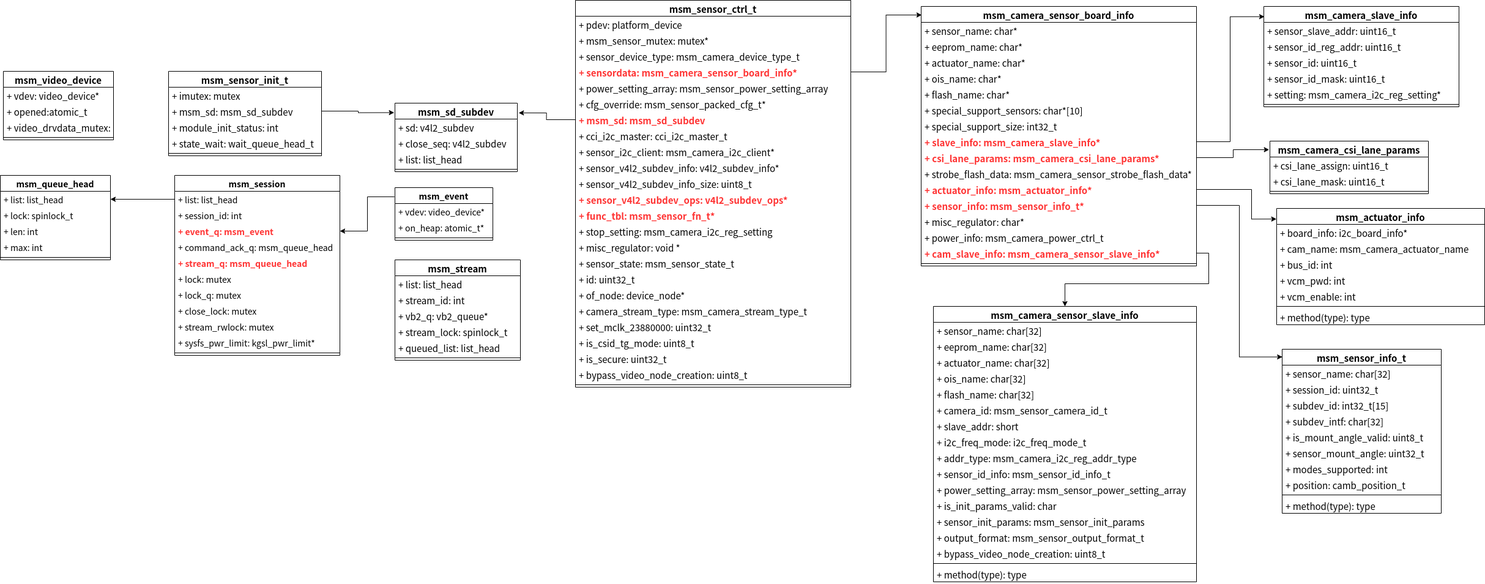
Above: qcom v4l2 camera2类图.png in zhangmeizhen/test2 (draw.io), before the change. Source tidied: cells renumbered, new cells last; positions are measured from the earlier drawing's top-left corner, leaving out a move shared by most shapes.
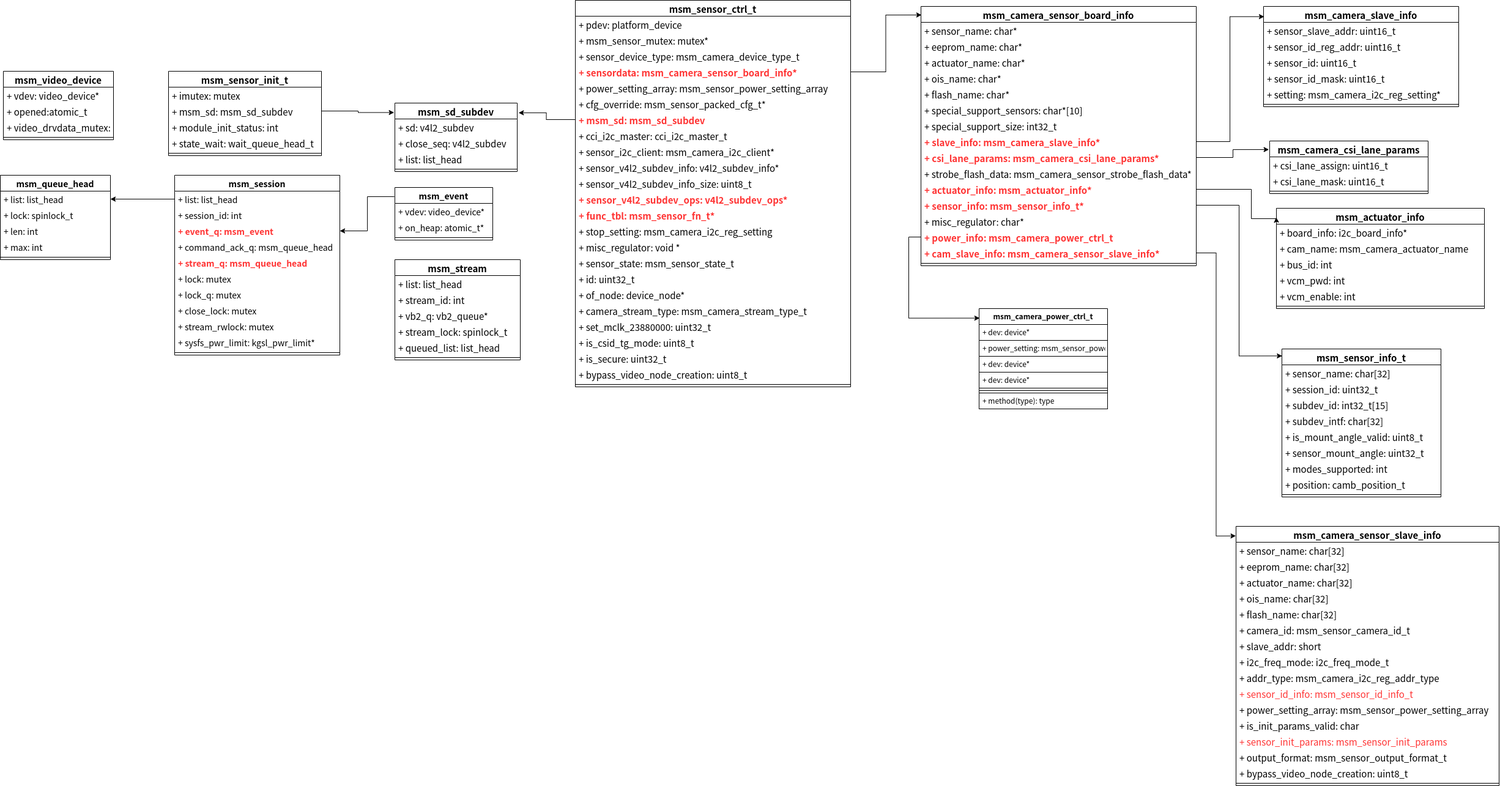
After the change.

Diff of the diagram source:
```diff
@@ -266,7 +266,7 @@
     <mxCell id="89" value="+ misc_regulator: char*" style="text;strokeColor=none;fillColor=none;align=left;verticalAlign=top;spacingLeft=4;spacingRight=4;overflow=hidden;fontSize=15;fontColor=#000000;" parent="76" vertex="1">
       <mxGeometry y="338" width="450" height="26" as="geometry" />
     </mxCell>
-    <mxCell id="90" value="+ power_info: msm_camera_power_ctrl_t" style="text;strokeColor=none;fillColor=none;align=left;verticalAlign=top;spacingLeft=4;spacingRight=4;overflow=hidden;points=[[0,0.5],[1,0.5]];portConstraint=eastwest;fontSize=15;fontColor=#000000;" parent="76" vertex="1">
+    <mxCell id="90" value="+ power_info: msm_camera_power_ctrl_t" style="text;strokeColor=none;fillColor=none;align=left;verticalAlign=top;spacingLeft=4;spacingRight=4;overflow=hidden;points=[[0,0.5],[1,0.5]];portConstraint=eastwest;fontSize=15;fontColor=#FF3333;fontStyle=1;" parent="76" vertex="1">
       <mxGeometry y="364" width="450" height="26" as="geometry" />
     </mxCell>
     <mxCell id="91" value="+ cam_slave_info: msm_camera_sensor_slave_info*" style="text;strokeColor=none;fillColor=none;align=left;verticalAlign=top;spacingLeft=4;spacingRight=4;overflow=hidden;points=[[0,0.5],[1,0.5]];portConstraint=eastwest;fontSize=15;fontColor=#FF3333;fontStyle=1;" parent="76" vertex="1">
@@ -318,7 +318,7 @@
       <mxGeometry relative="1" as="geometry" />
     </mxCell>
     <mxCell id="107" value="msm_actuator_info" style="swimlane;fontStyle=1;align=center;verticalAlign=top;horizontal=1;startSize=26;fontSize=15;fontColor=#000000;" parent="1" vertex="1">
-      <mxGeometry x="2086" y="340" width="340" height="190" as="geometry" />
+      <mxGeometry x="2086" y="340" width="340" height="164" as="geometry" />
     </mxCell>
     <mxCell id="108" value="+ board_info: i2c_board_info*" style="text;strokeColor=none;fillColor=none;align=left;verticalAlign=top;spacingLeft=4;spacingRight=4;overflow=hidden;fontSize=15;fontColor=#000000;" parent="107" vertex="1">
       <mxGeometry y="26" width="340" height="26" as="geometry" />
@@ -338,9 +338,6 @@
     <mxCell id="113" style="line;strokeWidth=1;fillColor=none;align=left;verticalAlign=middle;spacingTop=-1;spacingLeft=3;spacingRight=3;labelPosition=right;fontSize=15;fontColor=#000000;" parent="107" vertex="1">
       <mxGeometry y="156" width="340" height="8" as="geometry" />
     </mxCell>
-    <mxCell id="114" value="+ method(type): type" style="text;strokeColor=none;fillColor=none;align=left;verticalAlign=top;spacingLeft=4;spacingRight=4;overflow=hidden;fontSize=15;fontColor=#000000;" parent="107" vertex="1">
-      <mxGeometry y="164" width="340" height="26" as="geometry" />
-    </mxCell>
     <mxCell id="115" style="edgeStyle=orthogonalEdgeStyle;rounded=0;jettySize=auto;html=1;entryX=-0.001;entryY=0.091;entryDx=0;entryDy=0;entryPerimeter=0;fontSize=15;fontColor=#000000;" parent="1" edge="1" source="87" target="107">
       <mxGeometry relative="1" as="geometry">
         <Array as="points">
@@ -350,7 +347,7 @@
       </mxGeometry>
     </mxCell>
     <mxCell id="116" value="msm_sensor_info_t" style="swimlane;fontStyle=1;align=center;verticalAlign=top;horizontal=1;startSize=26;fontSize=15;fontColor=#000000;" parent="1" vertex="1">
-      <mxGeometry x="2095" y="570" width="260" height="268" as="geometry" />
+      <mxGeometry x="2095" y="570" width="260" height="242" as="geometry" />
     </mxCell>
     <mxCell id="117" value="+ sensor_name: char[32]" style="text;strokeColor=none;fillColor=none;align=left;verticalAlign=top;spacingLeft=4;spacingRight=4;overflow=hidden;fontSize=15;fontColor=#000000;" parent="116" vertex="1">
       <mxGeometry y="26" width="260" height="26" as="geometry" />
@@ -379,14 +376,11 @@
     <mxCell id="125" style="line;strokeWidth=1;fillColor=none;align=left;verticalAlign=middle;spacingTop=-1;spacingLeft=3;spacingRight=3;labelPosition=right;fontSize=15;fontColor=#000000;" parent="116" vertex="1">
       <mxGeometry y="234" width="260" height="8" as="geometry" />
     </mxCell>
-    <mxCell id="126" value="+ method(type): type" style="text;strokeColor=none;fillColor=none;align=left;verticalAlign=top;spacingLeft=4;spacingRight=4;overflow=hidden;fontSize=15;fontColor=#000000;" parent="116" vertex="1">
-      <mxGeometry y="242" width="260" height="26" as="geometry" />
-    </mxCell>
     <mxCell id="127" style="edgeStyle=orthogonalEdgeStyle;rounded=0;jettySize=auto;html=1;entryX=0.001;entryY=0.047;entryDx=0;entryDy=0;entryPerimeter=0;fontSize=15;fontColor=#FF3333;" parent="1" edge="1" source="88" target="116">
       <mxGeometry relative="1" as="geometry" />
     </mxCell>
     <mxCell id="128" value="msm_camera_sensor_slave_info" style="swimlane;fontStyle=1;align=center;verticalAlign=top;horizontal=1;startSize=26;fontSize=15;fontColor=#000000;" parent="1" vertex="1">
-      <mxGeometry x="1525" y="500" width="430" height="450" as="geometry" />
+      <mxGeometry x="2020" y="860" width="430" height="424" as="geometry" />
     </mxCell>
     <mxCell id="129" value="+ sensor_name: char[32]" style="text;strokeColor=none;fillColor=none;align=left;verticalAlign=top;spacingLeft=4;spacingRight=4;overflow=hidden;fontSize=15;fontColor=#000000;" parent="128" vertex="1">
       <mxGeometry y="26" width="430" height="26" as="geometry" />
@@ -415,7 +409,7 @@
     <mxCell id="137" value="+ addr_type: msm_camera_i2c_reg_addr_type" style="text;strokeColor=none;fillColor=none;align=left;verticalAlign=top;spacingLeft=4;spacingRight=4;overflow=hidden;fontSize=15;fontColor=#000000;" parent="128" vertex="1">
       <mxGeometry y="234" width="430" height="26" as="geometry" />
     </mxCell>
-    <mxCell id="138" value="+ sensor_id_info: msm_sensor_id_info_t" style="text;strokeColor=none;fillColor=none;align=left;verticalAlign=top;spacingLeft=4;spacingRight=4;overflow=hidden;fontSize=15;fontColor=#000000;" parent="128" vertex="1">
+    <mxCell id="138" value="+ sensor_id_info: msm_sensor_id_info_t" style="text;strokeColor=none;fillColor=none;align=left;verticalAlign=top;spacingLeft=4;spacingRight=4;overflow=hidden;fontSize=15;fontColor=#FF3333;fontStyle=0;" parent="128" vertex="1">
       <mxGeometry y="260" width="430" height="26" as="geometry" />
     </mxCell>
     <mxCell id="139" value="+ power_setting_array: msm_sensor_power_setting_array" style="text;strokeColor=none;fillColor=none;align=left;verticalAlign=top;spacingLeft=4;spacingRight=4;overflow=hidden;fontSize=15;fontColor=#000000;" parent="128" vertex="1">
@@ -424,7 +418,7 @@
     <mxCell id="140" value="+ is_init_params_valid: char" style="text;strokeColor=none;fillColor=none;align=left;verticalAlign=top;spacingLeft=4;spacingRight=4;overflow=hidden;fontSize=15;fontColor=#000000;" parent="128" vertex="1">
       <mxGeometry y="312" width="430" height="26" as="geometry" />
     </mxCell>
-    <mxCell id="141" value="+ sensor_init_params: msm_sensor_init_params" style="text;strokeColor=none;fillColor=none;align=left;verticalAlign=top;spacingLeft=4;spacingRight=4;overflow=hidden;fontSize=15;fontColor=#000000;" parent="128" vertex="1">
+    <mxCell id="141" value="+ sensor_init_params: msm_sensor_init_params" style="text;strokeColor=none;fillColor=none;align=left;verticalAlign=top;spacingLeft=4;spacingRight=4;overflow=hidden;fontSize=15;fontColor=#FF3333;" parent="128" vertex="1">
       <mxGeometry y="338" width="430" height="26" as="geometry" />
     </mxCell>
     <mxCell id="142" value="+ output_format: msm_sensor_output_format_t" style="text;strokeColor=none;fillColor=none;align=left;verticalAlign=top;spacingLeft=4;spacingRight=4;overflow=hidden;fontSize=15;fontColor=#000000;" parent="128" vertex="1">
@@ -436,11 +430,32 @@
     <mxCell id="144" style="line;strokeWidth=1;fillColor=none;align=left;verticalAlign=middle;spacingTop=-1;spacingLeft=3;spacingRight=3;labelPosition=right;fontSize=15;fontColor=#000000;" parent="128" vertex="1">
       <mxGeometry y="416" width="430" height="8" as="geometry" />
     </mxCell>
-    <mxCell id="145" value="+ method(type): type" style="text;strokeColor=none;fillColor=none;align=left;verticalAlign=top;spacingLeft=4;spacingRight=4;overflow=hidden;fontSize=15;fontColor=#000000;" parent="128" vertex="1">
-      <mxGeometry y="424" width="430" height="26" as="geometry" />
-    </mxCell>
-    <mxCell id="146" style="edgeStyle=orthogonalEdgeStyle;rounded=0;jettySize=auto;html=1;entryX=0.5;entryY=0;entryDx=0;entryDy=0;fontSize=15;fontColor=#FF3333;" parent="1" edge="1" source="91" target="128">
+    <mxCell id="146" style="edgeStyle=orthogonalEdgeStyle;rounded=0;jettySize=auto;html=1;entryX=-0.001;entryY=0.037;entryDx=0;entryDy=0;entryPerimeter=0;fontColor=#FF3333;" parent="1" edge="1" source="91" target="128">
       <mxGeometry relative="1" as="geometry" />
     </mxCell>
+    <mxCell id="147" value="msm_camera_power_ctrl_t" style="swimlane;fontStyle=1;align=center;verticalAlign=top;horizontal=1;startSize=26;fontColor=#000000;strokeColor=#000000;" parent="1" vertex="1">
+      <mxGeometry x="1600" y="504" width="210" height="164" as="geometry" />
+    </mxCell>
+    <mxCell id="148" value="+ dev: device*" style="text;strokeColor=#000000;fillColor=none;align=left;verticalAlign=top;spacingLeft=4;spacingRight=4;overflow=hidden;fontColor=#000000;" parent="147" vertex="1">
+      <mxGeometry y="26" width="210" height="26" as="geometry" />
+    </mxCell>
+    <mxCell id="149" value="+ power_setting: msm_sensor_power_setting*" style="text;strokeColor=#000000;fillColor=none;align=left;verticalAlign=top;spacingLeft=4;spacingRight=4;overflow=hidden;fontColor=#000000;" parent="147" vertex="1">
+      <mxGeometry y="52" width="210" height="26" as="geometry" />
+    </mxCell>
+    <mxCell id="150" value="+ dev: device*" style="text;strokeColor=#000000;fillColor=none;align=left;verticalAlign=top;spacingLeft=4;spacingRight=4;overflow=hidden;fontColor=#000000;" parent="147" vertex="1">
+      <mxGeometry y="78" width="210" height="26" as="geometry" />
+    </mxCell>
+    <mxCell id="151" value="+ dev: device*" style="text;strokeColor=#000000;fillColor=none;align=left;verticalAlign=top;spacingLeft=4;spacingRight=4;overflow=hidden;fontColor=#000000;" parent="147" vertex="1">
+      <mxGeometry y="104" width="210" height="26" as="geometry" />
+    </mxCell>
+    <mxCell id="152" style="line;strokeWidth=1;fillColor=none;align=left;verticalAlign=middle;spacingTop=-1;spacingLeft=3;spacingRight=3;labelPosition=right;fontColor=#000000;strokeColor=#000000;" parent="147" vertex="1">
+      <mxGeometry y="130" width="210" height="8" as="geometry" />
+    </mxCell>
+    <mxCell id="153" value="+ method(type): type" style="text;strokeColor=#000000;fillColor=none;align=left;verticalAlign=top;spacingLeft=4;spacingRight=4;overflow=hidden;fontColor=#000000;" parent="147" vertex="1">
+      <mxGeometry y="138" width="210" height="26" as="geometry" />
+    </mxCell>
+    <mxCell id="154" style="edgeStyle=orthogonalEdgeStyle;rounded=0;jettySize=auto;html=1;entryX=0.004;entryY=0.095;entryDx=0;entryDy=0;entryPerimeter=0;fontColor=#000000;" parent="1" edge="1" source="90" target="147">
+      <mxGeometry relative="1" as="geometry" />
+    </mxCell>
   </root>
 </mxGraphModel>
```
